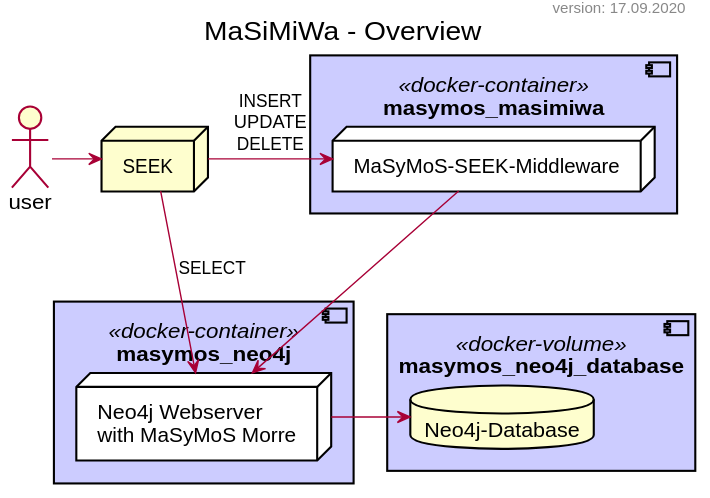
MaSyMoS/masymos-seek-middleware keeps this PlantUML diagram as dev/uml/structure_overview.svg. Above is the earlier version.
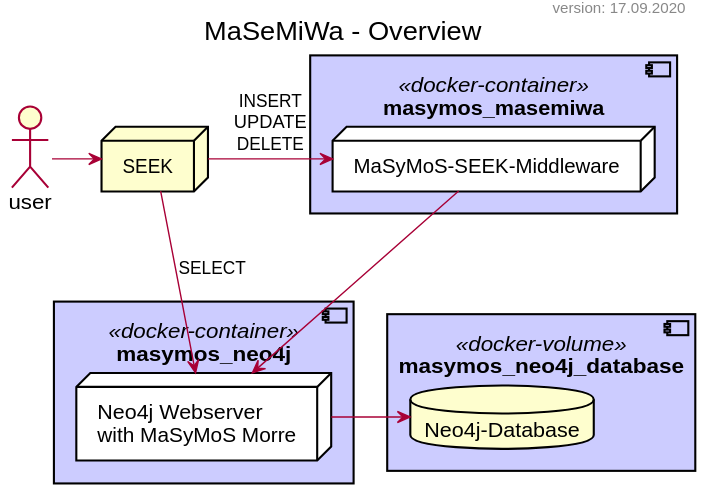
Later version of the same file.

Diff of the diagram source:
```diff
@@ -1,6 +1,6 @@
 @startuml
 
-title MaSiMiWa - Overview
+title MaSeMiWa - Overview
 header version: %date("dd.MM.yyyy")
 
 skinparam defaultFontName Helvetica
@@ -9,7 +9,7 @@
 
 node "SEEK" as seek
 
-component "masymos_masimiwa" as d_miwa <<docker-container>> #ccf {
+component "masymos_masemiwa" as d_miwa <<docker-container>> #ccf {
     node "MaSyMoS-SEEK-Middleware" as miwa #fff
 }
 
```
